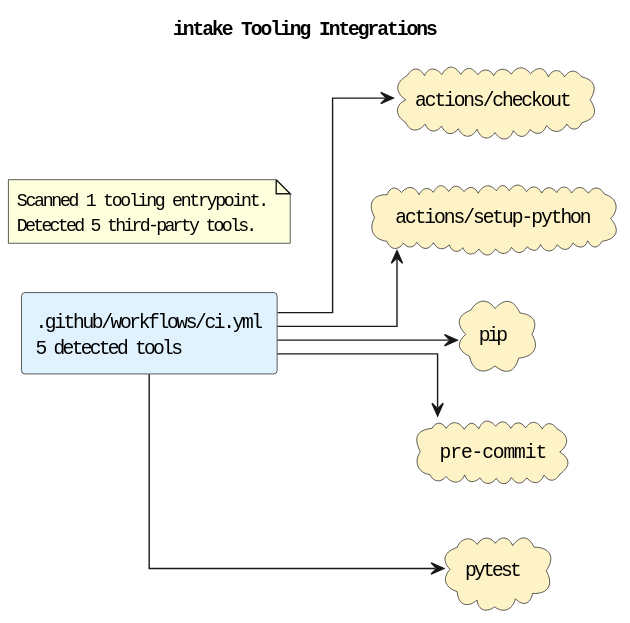
Before: docs/diagrams/tooling-integrations.puml.svg, a diagram exported from PlantUML (casonk/intake). The source it was exported from:
```plantuml
@startuml
title intake Tooling Integrations
left to right direction
skinparam shadowing false
skinparam defaultFontName Monospace
skinparam componentStyle rectangle
skinparam linetype ortho
rectangle ".github/workflows/ci.yml\n5 detected tools" as source_github_workflows_ci_yml #E0F2FE
cloud "actions/checkout" as tool_actions_checkout #FEF3C7
cloud "actions/setup-python" as tool_actions_setup_python #FEF3C7
cloud "pip" as tool_pip #FEF3C7
cloud "pre-commit" as tool_pre_commit #FEF3C7
cloud "pytest" as tool_pytest #FEF3C7
source_github_workflows_ci_yml --> tool_actions_checkout
source_github_workflows_ci_yml --> tool_actions_setup_python
source_github_workflows_ci_yml --> tool_pip
source_github_workflows_ci_yml --> tool_pre_commit
source_github_workflows_ci_yml --> tool_pytest
note as toolingGraphSummary
Scanned 1 tooling entrypoint.
Detected 5 third-party tools.
end note
@enduml
```
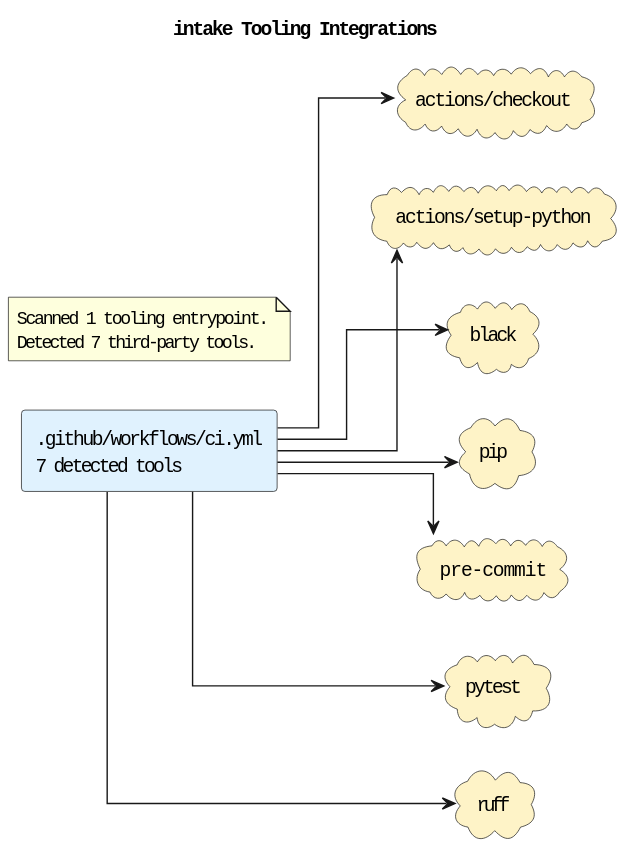
The same diagram one commit later.

What changed in the source:
```diff
@@ -5,19 +5,23 @@
 skinparam defaultFontName Monospace
 skinparam componentStyle rectangle
 skinparam linetype ortho
-rectangle ".github/workflows/ci.yml\n5 detected tools" as source_github_workflows_ci_yml #E0F2FE
+rectangle ".github/workflows/ci.yml\n7 detected tools" as source_github_workflows_ci_yml #E0F2FE
 cloud "actions/checkout" as tool_actions_checkout #FEF3C7
 cloud "actions/setup-python" as tool_actions_setup_python #FEF3C7
+cloud "black" as tool_black #FEF3C7
 cloud "pip" as tool_pip #FEF3C7
 cloud "pre-commit" as tool_pre_commit #FEF3C7
 cloud "pytest" as tool_pytest #FEF3C7
+cloud "ruff" as tool_ruff #FEF3C7
 source_github_workflows_ci_yml --> tool_actions_checkout
 source_github_workflows_ci_yml --> tool_actions_setup_python
+source_github_workflows_ci_yml --> tool_black
 source_github_workflows_ci_yml --> tool_pip
 source_github_workflows_ci_yml --> tool_pre_commit
 source_github_workflows_ci_yml --> tool_pytest
+source_github_workflows_ci_yml --> tool_ruff
 note as toolingGraphSummary
 Scanned 1 tooling entrypoint.
-Detected 5 third-party tools.
+Detected 7 third-party tools.
 end note
 @enduml
```
